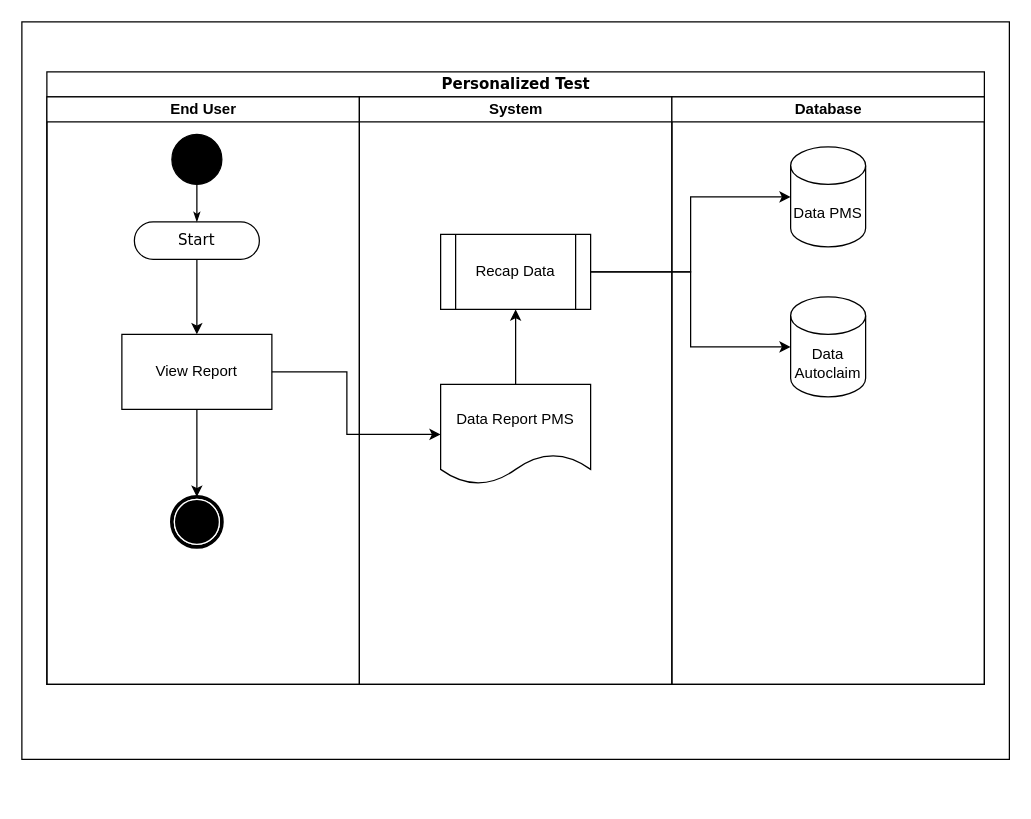
Earlier version of the draw.io diagram Diagram/Proven.drawio (muhamadfarkhan/system-analyst). Source tidied: cells renumbered, new cells numbered last; positions are measured from the earlier drawing's top-left corner, leaving out a move shared by most shapes. Both pictures are drawn from the tidied source at 125%, with x=0, y=0 at pixel (21, 21).
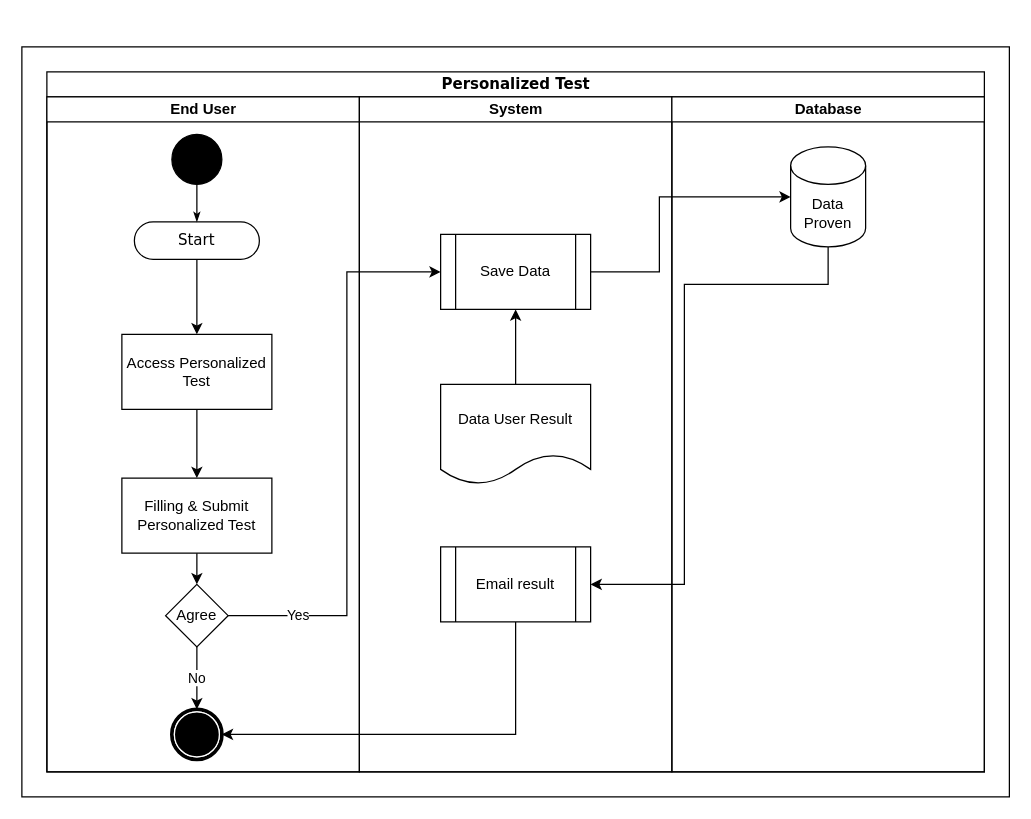
The same page after the edit.

What changed in the source:
```diff
@@
     <mxCell id="2" style="rounded=0;whiteSpace=wrap;html=1;" parent="1" vertex="1">
-      <mxGeometry width="790" height="590" as="geometry" />
+      <mxGeometry y="20" width="790" height="600" as="geometry" />
     </mxCell>
     <mxCell id="3" value="Personalized Test" style="swimlane;html=1;startSize=20;rounded=0;shadow=0;comic=0;labelBackgroundColor=none;strokeWidth=1;fontFamily=Verdana;fontSize=12;align=center;" parent="1" vertex="1">
-      <mxGeometry x="20" y="40" width="750" height="490" as="geometry" />
+      <mxGeometry x="20" y="40" width="750" height="560" as="geometry" />
     </mxCell>
     <mxCell id="4" value="End User" style="swimlane;html=1;startSize=20;" parent="3" vertex="1">
-      <mxGeometry y="20" width="250" height="470" as="geometry" />
+      <mxGeometry y="20" width="250" height="540" as="geometry" />
     </mxCell>
@@
     <mxCell id="8" style="shape=mxgraph.bpmn.shape;html=1;verticalLabelPosition=bottom;labelBackgroundColor=#ffffff;verticalAlign=top;perimeter=ellipsePerimeter;outline=end;symbol=terminate;rounded=0;shadow=0;comic=0;strokeWidth=1;fontFamily=Verdana;fontSize=12;align=center;" parent="4" vertex="1">
-      <mxGeometry x="100" y="320" width="40" height="40" as="geometry" />
+      <mxGeometry x="100" y="490" width="40" height="40" as="geometry" />
     </mxCell>
-    <mxCell id="9" style="edgeStyle=orthogonalEdgeStyle;rounded=0;jettySize=auto;html=1;exitX=0.5;exitY=1;exitDx=0;exitDy=0;" parent="4" edge="1" source="10" target="8">
-      <mxGeometry relative="1" as="geometry" />
-    </mxCell>
+    <mxCell id="22" style="edgeStyle=orthogonalEdgeStyle;rounded=0;jettySize=auto;html=1;exitX=0.5;exitY=1;exitDx=0;exitDy=0;entryX=0.5;entryY=0;entryDx=0;entryDy=0;" parent="4" edge="1" source="10" target="26">
+      <mxGeometry relative="1" as="geometry" />
+    </mxCell>
-    <mxCell id="10" value="View Report" style="rounded=0;whiteSpace=wrap;html=1;" parent="4" vertex="1">
+    <mxCell id="10" value="Access Personalized Test" style="rounded=0;whiteSpace=wrap;html=1;" parent="4" vertex="1">
       <mxGeometry x="60" y="190" width="120" height="60" as="geometry" />
     </mxCell>
@@
+    <mxCell id="23" value="No" style="edgeStyle=orthogonalEdgeStyle;rounded=0;jettySize=auto;html=1;exitX=0.5;exitY=1;exitDx=0;exitDy=0;entryX=0.5;entryY=0;entryDx=0;entryDy=0;" parent="4" edge="1" source="24" target="8">
+      <mxGeometry relative="1" as="geometry" />
+    </mxCell>
+    <mxCell id="24" value="Agree" style="rhombus;whiteSpace=wrap;html=1;" parent="4" vertex="1">
+      <mxGeometry x="95" y="390" width="50" height="50" as="geometry" />
+    </mxCell>
+    <mxCell id="25" style="edgeStyle=orthogonalEdgeStyle;rounded=0;jettySize=auto;html=1;exitX=0.5;exitY=1;exitDx=0;exitDy=0;" parent="4" edge="1" source="26" target="24">
+      <mxGeometry relative="1" as="geometry" />
+    </mxCell>
+    <mxCell id="26" value="Filling &amp;amp; Submit Personalized Test" style="rounded=0;whiteSpace=wrap;html=1;" parent="4" vertex="1">
+      <mxGeometry x="60" y="305" width="120" height="60" as="geometry" />
+    </mxCell>
     <mxCell id="12" value="System" style="swimlane;html=1;startSize=20;" parent="3" vertex="1">
-      <mxGeometry x="250" y="20" width="250" height="470" as="geometry" />
+      <mxGeometry x="250" y="20" width="250" height="540" as="geometry" />
     </mxCell>
-    <mxCell id="13" value="Recap Data" style="shape=process;whiteSpace=wrap;html=1;backgroundOutline=1;" parent="12" vertex="1">
+    <mxCell id="13" value="Save Data " style="shape=process;whiteSpace=wrap;html=1;backgroundOutline=1;" parent="12" vertex="1">
       <mxGeometry x="65" y="110" width="120" height="60" as="geometry" />
     </mxCell>
-    <mxCell id="14" value="Data Report PMS" style="shape=document;whiteSpace=wrap;html=1;boundedLbl=1;" parent="12" vertex="1">
+    <mxCell id="14" value="Data User Result " style="shape=document;whiteSpace=wrap;html=1;boundedLbl=1;" parent="12" vertex="1">
       <mxGeometry x="65" y="230" width="120" height="80" as="geometry" />
     </mxCell>
@@
+    <mxCell id="27" value="Email result" style="shape=process;whiteSpace=wrap;html=1;backgroundOutline=1;" parent="12" vertex="1">
+      <mxGeometry x="65" y="360" width="120" height="60" as="geometry" />
+    </mxCell>
     <mxCell id="16" value="Database" style="swimlane;html=1;startSize=20;" parent="3" vertex="1">
-      <mxGeometry x="500" y="20" width="250" height="470" as="geometry" />
+      <mxGeometry x="500" y="20" width="250" height="540" as="geometry" />
     </mxCell>
-    <mxCell id="17" value="Data Autoclaim" style="shape=cylinder3;whiteSpace=wrap;html=1;boundedLbl=1;backgroundOutline=1;size=15;" parent="16" vertex="1">
-      <mxGeometry x="95" y="160" width="60" height="80" as="geometry" />
-    </mxCell>
-    <mxCell id="18" value="Data PMS" style="shape=cylinder3;whiteSpace=wrap;html=1;boundedLbl=1;backgroundOutline=1;size=15;" parent="16" vertex="1">
+    <mxCell id="18" value="Data Proven" style="shape=cylinder3;whiteSpace=wrap;html=1;boundedLbl=1;backgroundOutline=1;size=15;" parent="16" vertex="1">
       <mxGeometry x="95" y="40" width="60" height="80" as="geometry" />
     </mxCell>
     <mxCell id="19" style="edgeStyle=orthogonalEdgeStyle;rounded=0;jettySize=auto;html=1;exitX=1;exitY=0.5;exitDx=0;exitDy=0;" parent="3" edge="1" source="13" target="18">
-      <mxGeometry relative="1" as="geometry" />
+      <mxGeometry relative="1" as="geometry">
+        <Array as="points">
+          <mxPoint x="490" y="160" />
+          <mxPoint x="490" y="100" />
+        </Array>
+      </mxGeometry>
     </mxCell>
-    <mxCell id="20" style="edgeStyle=orthogonalEdgeStyle;rounded=0;jettySize=auto;html=1;exitX=1;exitY=0.5;exitDx=0;exitDy=0;" parent="3" edge="1" source="13" target="17">
-      <mxGeometry relative="1" as="geometry" />
-    </mxCell>
-    <mxCell id="21" style="edgeStyle=orthogonalEdgeStyle;rounded=0;jettySize=auto;html=1;exitX=1;exitY=0.5;exitDx=0;exitDy=0;entryX=0;entryY=0.5;entryDx=0;entryDy=0;" parent="3" edge="1" source="10" target="14">
-      <mxGeometry relative="1" as="geometry">
-        <Array as="points">
-          <mxPoint x="240" y="240" />
-          <mxPoint x="240" y="290" />
-        </Array>
-      </mxGeometry>
-    </mxCell>
+    <mxCell id="28" style="edgeStyle=orthogonalEdgeStyle;rounded=0;jettySize=auto;html=1;exitX=0.5;exitY=1;exitDx=0;exitDy=0;entryX=1;entryY=0.5;entryDx=0;entryDy=0;" parent="3" edge="1" source="27" target="8">
+      <mxGeometry relative="1" as="geometry" />
+    </mxCell>
+    <mxCell id="29" style="edgeStyle=orthogonalEdgeStyle;rounded=0;jettySize=auto;html=1;exitX=0.5;exitY=1;exitDx=0;exitDy=0;exitPerimeter=0;entryX=1;entryY=0.5;entryDx=0;entryDy=0;" parent="3" edge="1" source="18" target="27">
+      <mxGeometry relative="1" as="geometry">
+        <Array as="points">
+          <mxPoint x="625" y="170" />
+          <mxPoint x="510" y="170" />
+          <mxPoint x="510" y="410" />
+        </Array>
+      </mxGeometry>
+    </mxCell>
+    <mxCell id="30" value="Yes" style="edgeStyle=orthogonalEdgeStyle;rounded=0;jettySize=auto;html=1;exitX=1;exitY=0.5;exitDx=0;exitDy=0;entryX=0;entryY=0.5;entryDx=0;entryDy=0;" parent="3" edge="1" source="24" target="13">
+      <mxGeometry x="-0.75" relative="1" as="geometry">
+        <Array as="points">
+          <mxPoint x="240" y="435" />
+          <mxPoint x="240" y="160" />
+        </Array>
+      </mxGeometry>
+    </mxCell>
```
